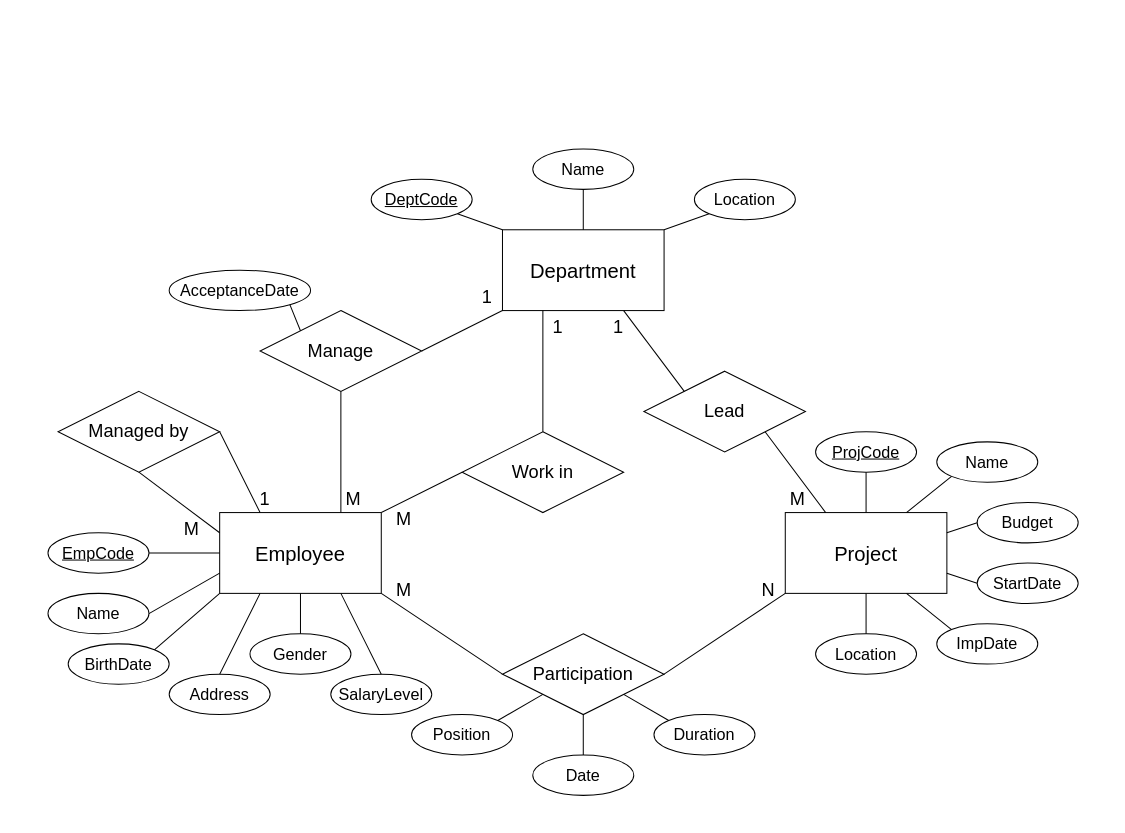
MGJerry/DBI202 keeps this draw.io diagram as Assignment.drawio. Above is the earlier version. Source tidied: cells renumbered, new cells numbered last; positions are measured from the earlier drawing's top-left corner, leaving out a move shared by most shapes. Both pictures are drawn from the tidied source at 101%, with x=0, y=0 at pixel (47, 148).
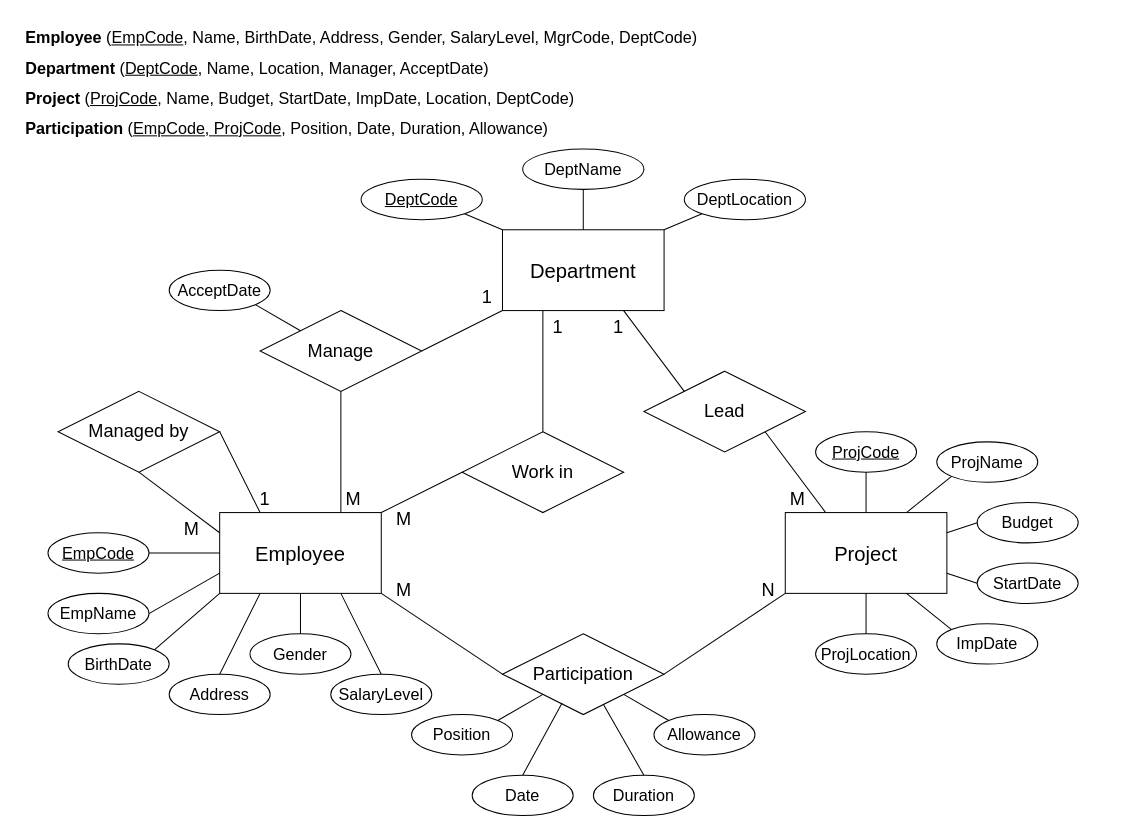
The same diagram, later.

The change refers to these unchanged cells:
```xml
<mxCell id="20" value="&lt;font style=&quot;font-size: 18px;&quot;&gt;Participation&lt;/font&gt;" style="shape=rhombus;perimeter=rhombusPerimeter;whiteSpace=wrap;html=1;align=center;fontSize=18;" parent="1" vertex="1">
  <mxGeometry x="450" y="480" width="160" height="80" as="geometry" />
</mxCell>
```

Change to the diagram source:
```diff
@@
     <mxCell id="26" value="Date" style="ellipse;whiteSpace=wrap;html=1;align=center;fontSize=16;" parent="1" vertex="1">
-      <mxGeometry x="480" y="600" width="100" height="40" as="geometry" />
+      <mxGeometry x="420" y="620" width="100" height="40" as="geometry" />
     </mxCell>
     <mxCell id="27" value="Duration" style="ellipse;whiteSpace=wrap;html=1;align=center;fontSize=16;" parent="1" vertex="1">
-      <mxGeometry x="600" y="560" width="100" height="40" as="geometry" />
+      <mxGeometry x="540" y="620" width="100" height="40" as="geometry" />
     </mxCell>
@@
-    <mxCell id="29" style="endArrow=none;html=1;rounded=0;fontSize=18;exitX=0;exitY=0;exitDx=0;exitDy=0;entryX=1;entryY=1;entryDx=0;entryDy=0;" parent="1" edge="1" source="27" target="20">
-      <mxGeometry relative="1" as="geometry" />
+    <mxCell id="29" style="endArrow=none;html=1;rounded=0;fontSize=18;exitX=0.5;exitY=0;exitDx=0;exitDy=0;" parent="1" edge="1" source="27">
+      <mxGeometry relative="1" as="geometry">
+        <mxPoint x="550" y="550" as="targetPoint" />
+      </mxGeometry>
     </mxCell>
-    <mxCell id="30" style="endArrow=none;html=1;rounded=0;fontSize=18;exitX=0.5;exitY=1;exitDx=0;exitDy=0;entryX=0.5;entryY=0;entryDx=0;entryDy=0;" parent="1" edge="1" source="20" target="26">
+    <mxCell id="30" style="endArrow=none;html=1;rounded=0;fontSize=18;entryX=0.5;entryY=0;entryDx=0;entryDy=0;exitX=0.369;exitY=0.858;exitDx=0;exitDy=0;exitPerimeter=0;" parent="1" edge="1" source="20" target="26">
       <mxGeometry relative="1" as="geometry" />
     </mxCell>
@@
-    <mxCell id="36" value="AcceptanceDate" style="ellipse;whiteSpace=wrap;html=1;align=center;fontSize=16;" parent="1" vertex="1">
-      <mxGeometry x="120" y="120" width="140" height="40" as="geometry" />
+    <mxCell id="36" value="AcceptDate" style="ellipse;whiteSpace=wrap;html=1;align=center;fontSize=16;" parent="1" vertex="1">
+      <mxGeometry x="120" y="120" width="100" height="40" as="geometry" />
     </mxCell>
@@
-    <mxCell id="38" value="Name" style="ellipse;whiteSpace=wrap;html=1;align=center;fontSize=16;" parent="1" vertex="1">
-      <mxGeometry x="480" width="100" height="40" as="geometry" />
+    <mxCell id="38" value="DeptName" style="ellipse;whiteSpace=wrap;html=1;align=center;fontSize=16;" parent="1" vertex="1">
+      <mxGeometry x="470" width="120" height="40" as="geometry" />
     </mxCell>
-    <mxCell id="39" value="Location" style="ellipse;whiteSpace=wrap;html=1;align=center;fontSize=16;" parent="1" vertex="1">
-      <mxGeometry x="640" y="30" width="100" height="40" as="geometry" />
+    <mxCell id="39" value="DeptLocation" style="ellipse;whiteSpace=wrap;html=1;align=center;fontSize=16;" parent="1" vertex="1">
+      <mxGeometry x="630" y="30" width="120" height="40" as="geometry" />
     </mxCell>
@@
     <mxCell id="43" value="DeptCode" style="ellipse;whiteSpace=wrap;html=1;align=center;fontStyle=4;fontSize=16;" parent="1" vertex="1">
-      <mxGeometry x="320" y="30" width="100" height="40" as="geometry" />
+      <mxGeometry x="310" y="30" width="120" height="40" as="geometry" />
     </mxCell>
@@
-    <mxCell id="45" value="Name" style="ellipse;whiteSpace=wrap;html=1;align=center;fontSize=16;" parent="1" vertex="1">
+    <mxCell id="45" value="ProjName" style="ellipse;whiteSpace=wrap;html=1;align=center;fontSize=16;" parent="1" vertex="1">
       <mxGeometry x="880" y="290" width="100" height="40" as="geometry" />
     </mxCell>
@@
-    <mxCell id="49" value="Location" style="ellipse;whiteSpace=wrap;html=1;align=center;fontSize=16;" parent="1" vertex="1">
+    <mxCell id="49" value="ProjLocation" style="ellipse;whiteSpace=wrap;html=1;align=center;fontSize=16;" parent="1" vertex="1">
       <mxGeometry x="760" y="480" width="100" height="40" as="geometry" />
     </mxCell>
@@
-    <mxCell id="58" value="Name" style="ellipse;whiteSpace=wrap;html=1;align=center;fontSize=16;" parent="1" vertex="1">
+    <mxCell id="58" value="EmpName" style="ellipse;whiteSpace=wrap;html=1;align=center;fontSize=16;" parent="1" vertex="1">
       <mxGeometry y="440" width="100" height="40" as="geometry" />
     </mxCell>
@@
+    <mxCell id="68" value="&lt;b&gt;Employee&lt;/b&gt; (&lt;u&gt;EmpCode&lt;/u&gt;, Name, BirthDate, Address, Gender, SalaryLevel, MgrCode, DeptCode)" style="text;html=1;strokeColor=none;fillColor=none;align=left;verticalAlign=middle;whiteSpace=wrap;rounded=0;fontSize=16;spacingLeft=6;" parent="1" vertex="1">
+      <mxGeometry x="-30" y="-130" width="1080" height="40" as="geometry" />
+    </mxCell>
+    <mxCell id="69" value="Allowance" style="ellipse;whiteSpace=wrap;html=1;align=center;fontSize=16;" parent="1" vertex="1">
+      <mxGeometry x="600" y="560" width="100" height="40" as="geometry" />
+    </mxCell>
+    <mxCell id="70" style="endArrow=none;html=1;rounded=0;fontSize=16;entryX=0;entryY=0;entryDx=0;entryDy=0;exitX=1;exitY=1;exitDx=0;exitDy=0;" parent="1" edge="1" source="20" target="69">
+      <mxGeometry relative="1" as="geometry" />
+    </mxCell>
+    <mxCell id="71" value="&lt;b&gt;Department&lt;/b&gt; (&lt;u&gt;DeptCode&lt;/u&gt;, Name, Location, Manager, AcceptDate)" style="text;html=1;strokeColor=none;fillColor=none;align=left;verticalAlign=middle;whiteSpace=wrap;rounded=0;fontSize=16;spacingLeft=6;" parent="1" vertex="1">
+      <mxGeometry x="-30" y="-100" width="1080" height="40" as="geometry" />
+    </mxCell>
+    <mxCell id="72" value="&lt;b&gt;Project&lt;/b&gt; (&lt;u&gt;ProjCode&lt;/u&gt;, Name, Budget, StartDate, ImpDate, Location, DeptCode)" style="text;html=1;strokeColor=none;fillColor=none;align=left;verticalAlign=middle;whiteSpace=wrap;rounded=0;fontSize=16;spacingLeft=6;" parent="1" vertex="1">
+      <mxGeometry x="-30" y="-70" width="1080" height="40" as="geometry" />
+    </mxCell>
+    <mxCell id="73" value="&lt;b&gt;Participation&lt;/b&gt; (&lt;u&gt;EmpCode, ProjCode&lt;/u&gt;, Position, Date, Duration, Allowance)" style="text;html=1;strokeColor=none;fillColor=none;align=left;verticalAlign=middle;whiteSpace=wrap;rounded=0;fontSize=16;spacingLeft=6;" parent="1" vertex="1">
+      <mxGeometry x="-30" y="-40" width="1080" height="40" as="geometry" />
+    </mxCell>
```
